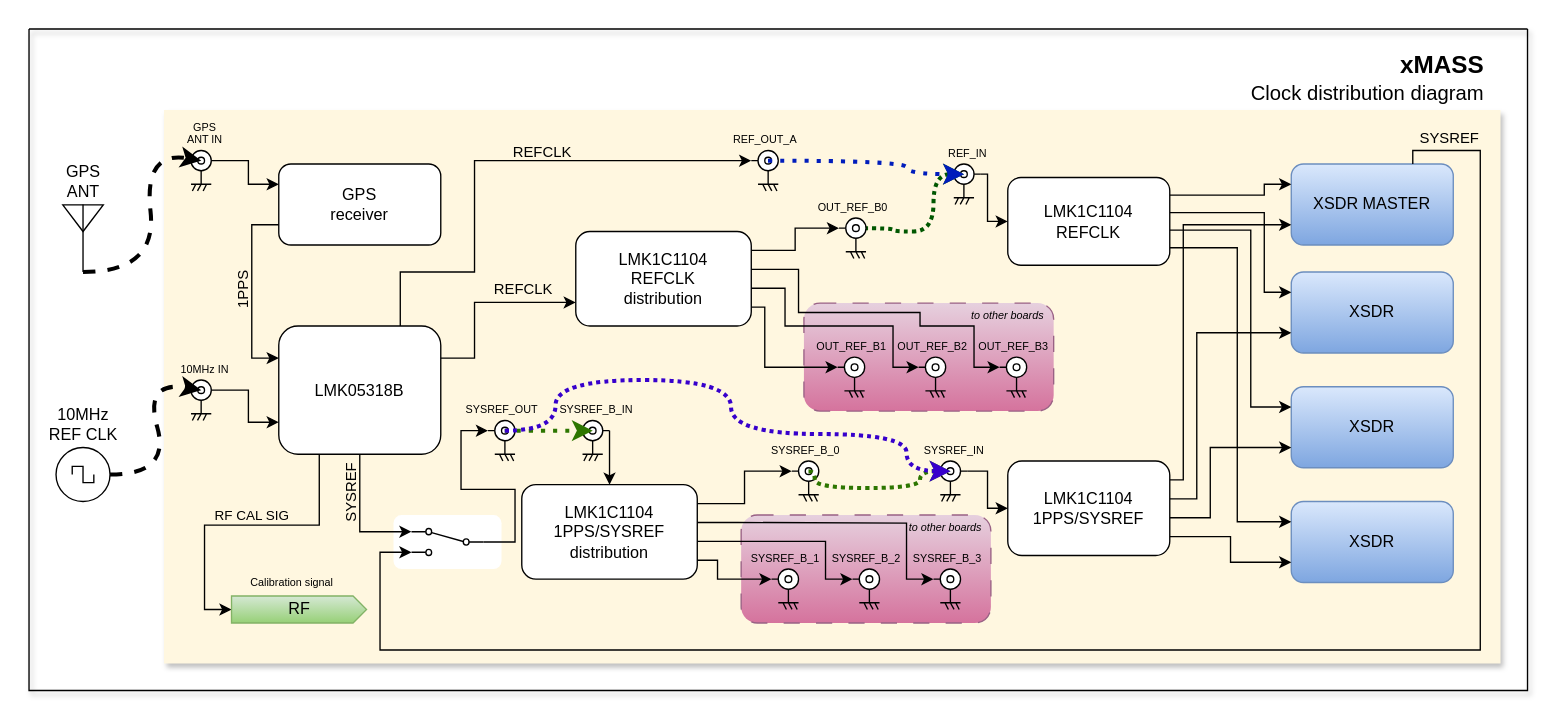
wavelet-lab/docs keeps this draw.io diagram as source/_static/xmass/xmass_sync.drawio. Above is the earlier version. Source tidied: cells renumbered, new cells numbered last; positions are measured from the earlier drawing's top-left corner, leaving out a move shared by most shapes. Both pictures are drawn from the tidied source at 135%, with x=0, y=0 at pixel (28, 28).
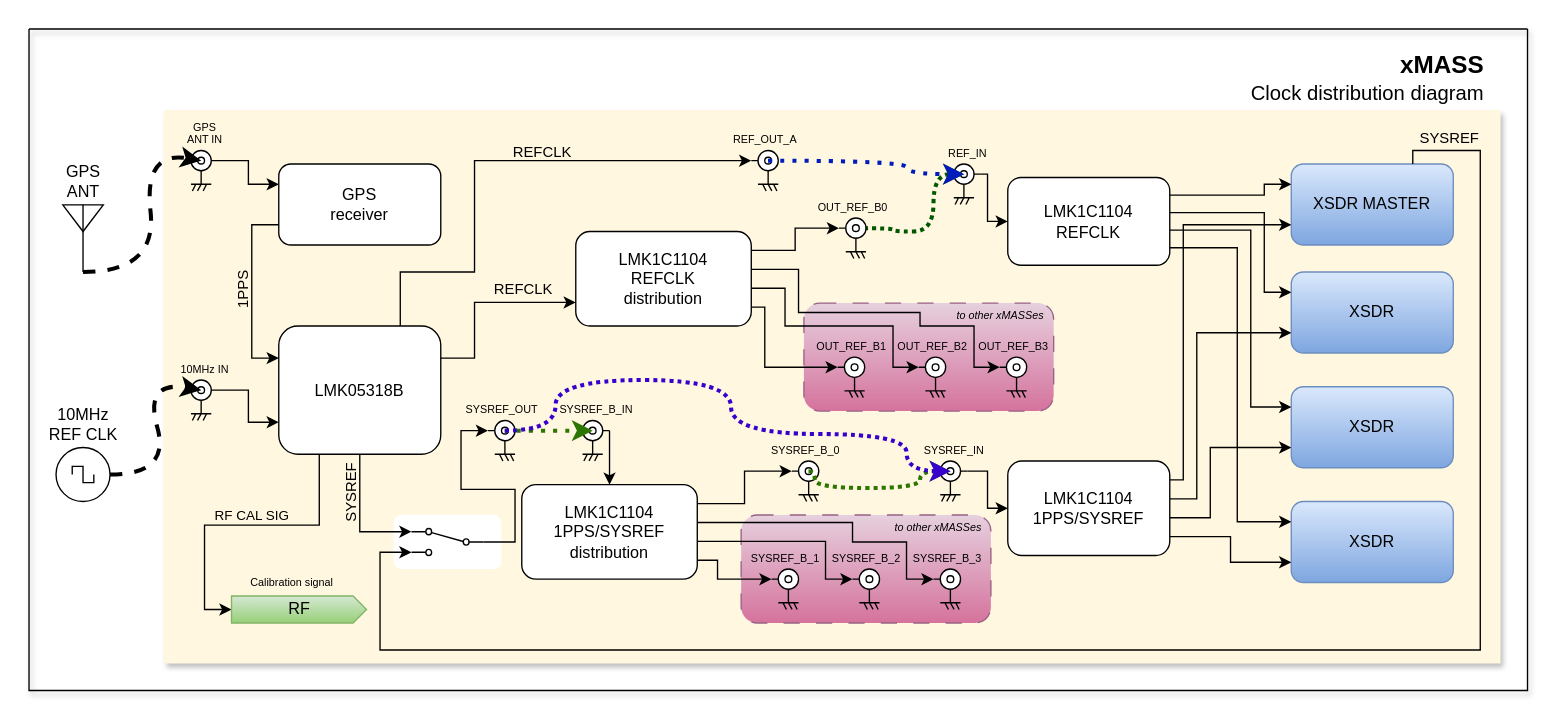
The same diagram, later.

The change refers to these unchanged cells:
```xml
<mxCell id="3" style="swimlane;startSize=0;swimlaneFillColor=light-dark(#fff7e0, #322200);fillColor=default;shadow=1;strokeColor=none;" parent="2" vertex="1">
  <mxGeometry x="100" y="60" width="990" height="410" as="geometry" />
</mxCell>
<mxCell id="4" style="group;" parent="3" vertex="1">
  <mxGeometry x="474" y="143" width="190" height="80" as="geometry" />
</mxCell>
<mxCell id="10" style="group;" parent="9" vertex="1">
  <mxGeometry width="185" height="80" as="geometry" />
</mxCell>
<mxCell id="12" value="SYSREF_B_3" style="verticalLabelPosition=top;shadow=0;dashed=0;align=center;html=1;verticalAlign=bottom;shape=mxgraph.electrical.miscellaneous.co-ax;points=[[0.38,0.25,0,0,0],[1,0.25,0,0,0]];flipH=1;labelPosition=center;fontSize=8;" parent="9" vertex="1">
  <mxGeometry x="142.5" y="40" width="20" height="30" as="geometry" />
</mxCell>
<mxCell id="60" value="LMK1C1104&lt;div&gt;1PPS/SYSREF&lt;/div&gt;&lt;div&gt;distribution&lt;/div&gt;" style="rounded=1;whiteSpace=wrap;html=1;points=[[0,0,0,0,0],[0,0.25,0,0,0],[0,0.5,0,0,0],[0,0.75,0,0,0],[0,1,0,0,0],[0.25,0,0,0,0],[0.25,1,0,0,0],[0.5,0,0,0,0],[0.5,1,0,0,0],[0.75,0,0,0,0],[0.75,1,0,0,0],[1,0,0,0,0],[1,0.2,0,0,0],[1,0.4,0,0,0],[1,0.6,0,0,0],[1,0.8,0,0,0],[1,1,0,0,0]];" parent="3" vertex="1">
  <mxGeometry x="265" y="277.5" width="130" height="70" as="geometry" />
</mxCell>
```

What changed in the source:
```diff
@@
-    <mxCell id="5" value="to other boards" style="rounded=1;whiteSpace=wrap;html=1;dashed=1;dashPattern=12 12;align=right;verticalAlign=top;spacing=0;spacingRight=7;fontStyle=2;fillColor=#e6d0de;strokeColor=#996185;gradientColor=#d5739d;fontSize=8;" parent="4" vertex="1">
+    <mxCell id="5" value="to other xMASSes" style="rounded=1;whiteSpace=wrap;html=1;dashed=1;dashPattern=12 12;align=right;verticalAlign=top;spacing=0;spacingRight=7;fontStyle=2;fillColor=#e6d0de;strokeColor=#996185;gradientColor=#d5739d;fontSize=8;" parent="4" vertex="1">
       <mxGeometry width="185" height="80" as="geometry" />
     </mxCell>
@@
-    <mxCell id="11" value="to other boards" style="rounded=1;whiteSpace=wrap;html=1;dashed=1;dashPattern=12 12;align=right;verticalAlign=top;spacing=0;spacingRight=7;fontStyle=2;fillColor=#e6d0de;strokeColor=#996185;gradientColor=#d5739d;fontSize=8;" parent="10" vertex="1">
+    <mxCell id="11" value="to other xMASSes" style="rounded=1;whiteSpace=wrap;html=1;dashed=1;dashPattern=12 12;align=right;verticalAlign=top;spacing=0;spacingRight=7;fontStyle=2;fillColor=#e6d0de;strokeColor=#996185;gradientColor=#d5739d;fontSize=8;" parent="10" vertex="1">
       <mxGeometry width="185" height="80" as="geometry" />
     </mxCell>
@@
     <mxCell id="56" style="endArrow=classic;html=1;rounded=0;exitX=1;exitY=0.4;exitDx=0;exitDy=0;entryX=1;entryY=0.25;entryDx=0;entryDy=0;entryPerimeter=0;exitPerimeter=0;endFill=1;edgeStyle=orthogonalEdgeStyle;" parent="3" edge="1" source="60" target="12">
       <mxGeometry relative="1" as="geometry">
         <Array as="points">
-          <mxPoint x="425" y="306" />
-          <mxPoint x="425" y="306" />
-          <mxPoint x="550" y="306" />
-          <mxPoint x="550" y="348" />
+          <mxPoint x="510" y="305" />
+          <mxPoint x="510" y="320" />
+          <mxPoint x="550" y="320" />
+          <mxPoint x="550" y="347" />
         </Array>
       </mxGeometry>
     </mxCell>
```
